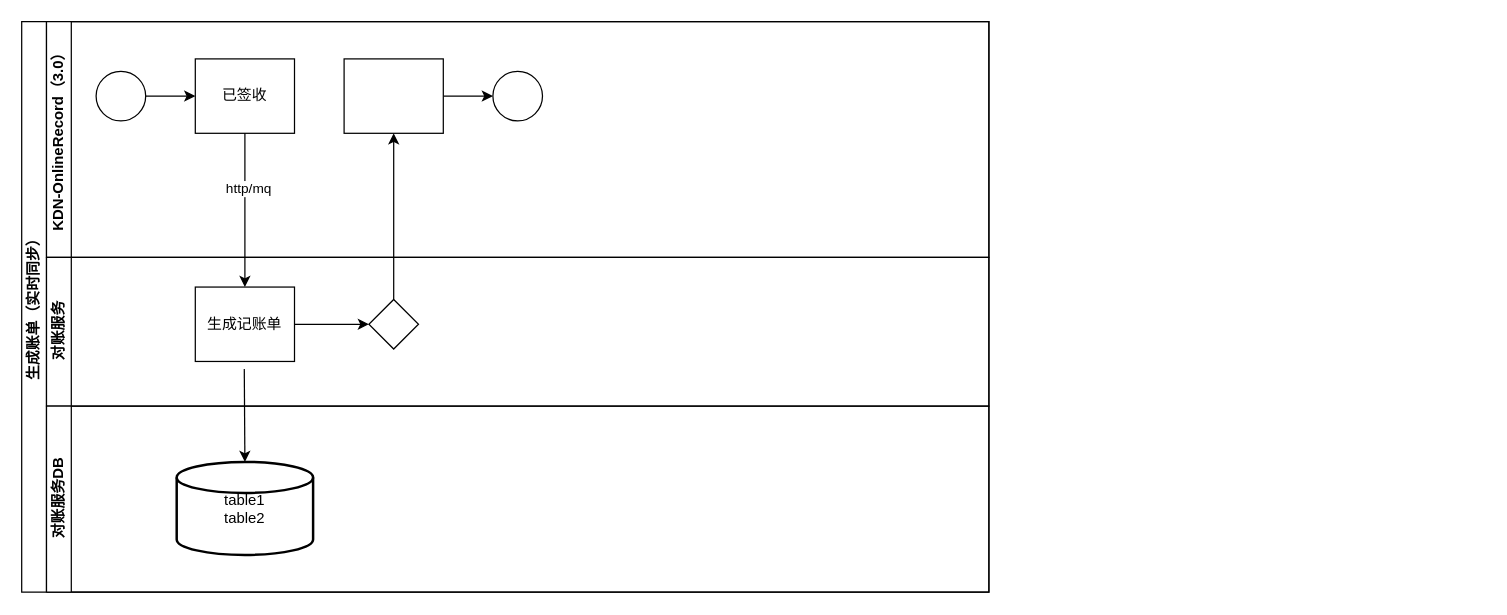
Earlier version of the draw.io diagram page "账单同步" (1 of 2) of 渠道对账.drawio (unclequentin/diagrams). Source tidied: cells renumbered, new cells numbered last; positions are measured from the earlier drawing's top-left corner, leaving out a move shared by most shapes. Both pictures are drawn from the tidied source at 124%, with x=0, y=0 at pixel (21, 21).
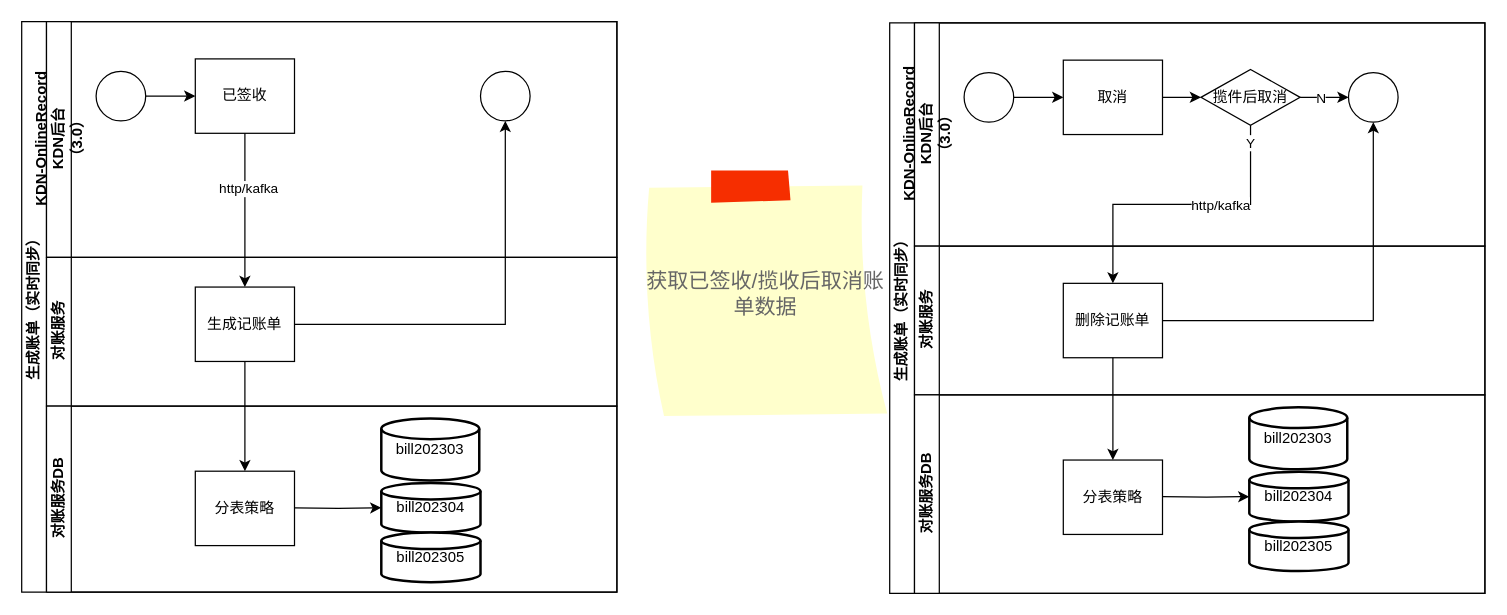
The same page after the edit.

Commit message (it also covers changes not shown here):
更新渠道对账.drawio

Unchanged cells that the change refers to:
```xml
<mxCell id="13" value="生成记账单" style="rounded=0;whiteSpace=wrap;html=1;fontFamily=Helvetica;fontSize=12;fontColor=#000000;align=center;" parent="11" vertex="1">
  <mxGeometry x="120" y="24" width="80" height="60" as="geometry" />
</mxCell>
<mxCell id="18" style="edgeStyle=orthogonalEdgeStyle;rounded=0;jettySize=auto;html=1;endArrow=classic;endFill=1;entryX=0.5;entryY=0;entryDx=0;entryDy=0;exitX=0.5;exitY=1;exitDx=0;exitDy=0;" parent="2" edge="1" source="7" target="13">
  <mxGeometry relative="1" as="geometry" />
</mxCell>
```

The edit, as a diff of the source:
```diff
@@
     <mxCell id="2" value="生成账单（实时同步）" style="swimlane;html=1;horizontal=0;startSize=20;" parent="1" vertex="1">
-      <mxGeometry width="780" height="460" as="geometry" />
+      <mxGeometry width="480" height="460" as="geometry" />
     </mxCell>
-    <mxCell id="3" style="edgeStyle=orthogonalEdgeStyle;rounded=0;jettySize=auto;html=1;endArrow=classic;endFill=1;" parent="2" edge="1" source="14" target="9">
-      <mxGeometry relative="1" as="geometry" />
-    </mxCell>
-    <mxCell id="4" value="KDN-OnlineRecord（3.0）" style="swimlane;html=1;startSize=20;horizontal=0;" parent="2" vertex="1">
-      <mxGeometry x="20" width="760" height="190" as="geometry" />
+    <mxCell id="4" value="KDN-OnlineRecord&lt;br&gt;KDN后台&lt;br&gt;（3.0）" style="swimlane;html=1;startSize=20;horizontal=0;" parent="2" vertex="1">
+      <mxGeometry x="20" width="460" height="190" as="geometry" />
     </mxCell>
@@
-    <mxCell id="8" style="edgeStyle=orthogonalEdgeStyle;rounded=0;jettySize=auto;html=1;endArrow=classic;endFill=1;" parent="4" edge="1" source="9" target="10">
-      <mxGeometry relative="1" as="geometry" />
-    </mxCell>
-    <mxCell id="9" style="rounded=0;whiteSpace=wrap;html=1;fontFamily=Helvetica;fontSize=12;fontColor=#000000;align=center;" parent="4" vertex="1">
-      <mxGeometry x="240" y="30" width="80" height="60" as="geometry" />
-    </mxCell>
     <mxCell id="10" style="ellipse;whiteSpace=wrap;html=1;" parent="4" vertex="1">
-      <mxGeometry x="360" y="40" width="40" height="40" as="geometry" />
+      <mxGeometry x="350" y="40" width="40" height="40" as="geometry" />
     </mxCell>
     <mxCell id="11" value="对账服务" style="swimlane;html=1;startSize=20;horizontal=0;" parent="2" vertex="1">
-      <mxGeometry x="20" y="190" width="760" height="120" as="geometry" />
+      <mxGeometry x="20" y="190" width="460" height="120" as="geometry" />
     </mxCell>
-    <mxCell id="12" style="edgeStyle=orthogonalEdgeStyle;rounded=0;jettySize=auto;html=1;endArrow=classic;endFill=1;" parent="11" edge="1" source="13" target="14">
-      <mxGeometry relative="1" as="geometry" />
-    </mxCell>
@@
-    <mxCell id="14" style="rhombus;whiteSpace=wrap;html=1;fontFamily=Helvetica;fontSize=12;fontColor=#000000;align=center;" parent="11" vertex="1">
-      <mxGeometry x="260" y="34" width="40" height="40" as="geometry" />
-    </mxCell>
     <mxCell id="15" value="对账服务DB" style="swimlane;html=1;startSize=20;horizontal=0;" parent="2" vertex="1">
-      <mxGeometry x="20" y="310" width="760" height="150" as="geometry" />
+      <mxGeometry x="20" y="310" width="460" height="150" as="geometry" />
     </mxCell>
-    <mxCell id="16" value="table1&lt;br&gt;table2" style="strokeWidth=2;html=1;shape=mxgraph.flowchart.database;whiteSpace=wrap;" parent="15" vertex="1">
-      <mxGeometry x="105" y="45" width="110" height="75" as="geometry" />
+    <mxCell id="16" value="bill202303" style="strokeWidth=2;html=1;shape=mxgraph.flowchart.database;whiteSpace=wrap;" parent="15" vertex="1">
+      <mxGeometry x="270" y="10" width="79" height="50" as="geometry" />
     </mxCell>
-    <mxCell id="17" style="edgeStyle=orthogonalEdgeStyle;rounded=0;jettySize=auto;html=1;endArrow=classic;endFill=1;exitX=0.5;exitY=1;exitDx=0;exitDy=0;entryX=0.5;entryY=0;entryDx=0;entryDy=0;entryPerimeter=0;" parent="15" edge="1" target="16">
-      <mxGeometry relative="1" as="geometry">
-        <mxPoint x="159.5" y="-30" as="sourcePoint" />
-      </mxGeometry>
-    </mxCell>
+    <mxCell id="20" value="bill202304" style="strokeWidth=2;html=1;shape=mxgraph.flowchart.database;whiteSpace=wrap;" parent="15" vertex="1">
+      <mxGeometry x="270" y="62" width="80" height="40" as="geometry" />
+    </mxCell>
+    <mxCell id="21" value="bill202305" style="strokeWidth=2;html=1;shape=mxgraph.flowchart.database;whiteSpace=wrap;" parent="15" vertex="1">
+      <mxGeometry x="270" y="102" width="80" height="40" as="geometry" />
+    </mxCell>
+    <mxCell id="22" value="分表策略" style="rounded=0;whiteSpace=wrap;html=1;fontFamily=Helvetica;fontSize=12;fontColor=#000000;align=center;" parent="15" vertex="1">
+      <mxGeometry x="120" y="52.5" width="80" height="60" as="geometry" />
+    </mxCell>
+    <mxCell id="23" style="edgeStyle=orthogonalEdgeStyle;rounded=0;jettySize=auto;html=1;endArrow=classic;endFill=1;entryX=0;entryY=0.5;entryDx=0;entryDy=0;entryPerimeter=0;" parent="15" edge="1" target="20">
+      <mxGeometry relative="1" as="geometry">
+        <mxPoint x="200" y="82" as="sourcePoint" />
+      </mxGeometry>
+    </mxCell>
@@
-    <mxCell id="19" value="http/mq" style="edgeLabel;html=1;align=center;verticalAlign=middle;" parent="18" vertex="1">
+    <mxCell id="19" value="http/kafka" style="edgeLabel;html=1;align=center;verticalAlign=middle;" parent="18" vertex="1">
       <mxGeometry x="-0.29" y="2" relative="1" as="geometry" />
     </mxCell>
+    <mxCell id="24" style="edgeStyle=orthogonalEdgeStyle;rounded=0;jettySize=auto;html=1;endArrow=classic;endFill=1;exitX=0.5;exitY=1;exitDx=0;exitDy=0;entryX=0.5;entryY=0;entryDx=0;entryDy=0;" parent="2" edge="1" source="13" target="22">
+      <mxGeometry relative="1" as="geometry" />
+    </mxCell>
+    <mxCell id="12" style="edgeStyle=orthogonalEdgeStyle;rounded=0;jettySize=auto;html=1;endArrow=classic;endFill=1;entryX=0.5;entryY=1;entryDx=0;entryDy=0;" parent="2" edge="1" source="13" target="10">
+      <mxGeometry relative="1" as="geometry" />
+    </mxCell>
+    <mxCell id="25" value="生成账单（实时同步）" style="swimlane;html=1;horizontal=0;startSize=20;" parent="1" vertex="1">
+      <mxGeometry x="700" y="1" width="480" height="460" as="geometry" />
+    </mxCell>
+    <mxCell id="26" value="KDN-OnlineRecord&lt;br&gt;KDN后台&lt;br&gt;（3.0）" style="swimlane;html=1;startSize=20;horizontal=0;" parent="25" vertex="1">
+      <mxGeometry x="20" width="460" height="180" as="geometry" />
+    </mxCell>
+    <mxCell id="27" style="edgeStyle=orthogonalEdgeStyle;rounded=0;jettySize=auto;html=1;" parent="26" edge="1" source="28" target="30">
+      <mxGeometry relative="1" as="geometry" />
+    </mxCell>
+    <mxCell id="28" style="ellipse;whiteSpace=wrap;html=1;" parent="26" vertex="1">
+      <mxGeometry x="40" y="40" width="40" height="40" as="geometry" />
+    </mxCell>
+    <mxCell id="29" style="edgeStyle=orthogonalEdgeStyle;rounded=0;jettySize=auto;html=1;" parent="26" edge="1" source="30" target="34">
+      <mxGeometry relative="1" as="geometry" />
+    </mxCell>
+    <mxCell id="30" value="取消" style="rounded=0;whiteSpace=wrap;html=1;fontFamily=Helvetica;fontSize=12;fontColor=#000000;align=center;" parent="26" vertex="1">
+      <mxGeometry x="120" y="30" width="80" height="60" as="geometry" />
+    </mxCell>
+    <mxCell id="31" style="ellipse;whiteSpace=wrap;html=1;" parent="26" vertex="1">
+      <mxGeometry x="350" y="40" width="40" height="40" as="geometry" />
+    </mxCell>
+    <mxCell id="32" style="edgeStyle=orthogonalEdgeStyle;rounded=0;jettySize=auto;html=1;exitX=1;exitY=0.5;exitDx=0;exitDy=0;entryX=0;entryY=0.5;entryDx=0;entryDy=0;" parent="26" edge="1" source="34" target="31">
+      <mxGeometry relative="1" as="geometry" />
+    </mxCell>
+    <mxCell id="33" value="N" style="edgeLabel;html=1;align=center;verticalAlign=middle;" parent="32" vertex="1">
+      <mxGeometry x="-0.2" relative="1" as="geometry" />
+    </mxCell>
+    <mxCell id="34" value="揽件后取消" style="rhombus;whiteSpace=wrap;html=1;fontColor=#000000;rounded=0;" parent="26" vertex="1">
+      <mxGeometry x="231" y="37.5" width="80" height="45" as="geometry" />
+    </mxCell>
+    <mxCell id="35" value="对账服务" style="swimlane;html=1;startSize=20;horizontal=0;" parent="25" vertex="1">
+      <mxGeometry x="20" y="180" width="460" height="120" as="geometry" />
+    </mxCell>
+    <mxCell id="36" value="删除记账单" style="rounded=0;whiteSpace=wrap;html=1;fontFamily=Helvetica;fontSize=12;fontColor=#000000;align=center;" parent="35" vertex="1">
+      <mxGeometry x="120" y="30" width="80" height="60" as="geometry" />
+    </mxCell>
+    <mxCell id="37" value="对账服务DB" style="swimlane;html=1;startSize=20;horizontal=0;" parent="25" vertex="1">
+      <mxGeometry x="20" y="300" width="460" height="160" as="geometry" />
+    </mxCell>
+    <mxCell id="38" value="bill202303" style="strokeWidth=2;html=1;shape=mxgraph.flowchart.database;whiteSpace=wrap;" parent="37" vertex="1">
+      <mxGeometry x="270" y="10" width="79" height="50" as="geometry" />
+    </mxCell>
+    <mxCell id="39" value="bill202304" style="strokeWidth=2;html=1;shape=mxgraph.flowchart.database;whiteSpace=wrap;" parent="37" vertex="1">
+      <mxGeometry x="270" y="62" width="80" height="40" as="geometry" />
+    </mxCell>
+    <mxCell id="40" value="bill202305" style="strokeWidth=2;html=1;shape=mxgraph.flowchart.database;whiteSpace=wrap;" parent="37" vertex="1">
+      <mxGeometry x="270" y="102" width="80" height="40" as="geometry" />
+    </mxCell>
+    <mxCell id="41" value="分表策略" style="rounded=0;whiteSpace=wrap;html=1;fontFamily=Helvetica;fontSize=12;fontColor=#000000;align=center;" parent="37" vertex="1">
+      <mxGeometry x="120" y="52.5" width="80" height="60" as="geometry" />
+    </mxCell>
+    <mxCell id="42" style="edgeStyle=orthogonalEdgeStyle;rounded=0;jettySize=auto;html=1;endArrow=classic;endFill=1;entryX=0;entryY=0.5;entryDx=0;entryDy=0;entryPerimeter=0;" parent="37" edge="1" target="39">
+      <mxGeometry relative="1" as="geometry">
+        <mxPoint x="200" y="82" as="sourcePoint" />
+      </mxGeometry>
+    </mxCell>
+    <mxCell id="43" style="edgeStyle=orthogonalEdgeStyle;rounded=0;jettySize=auto;html=1;endArrow=classic;endFill=1;exitX=0.5;exitY=1;exitDx=0;exitDy=0;entryX=0.5;entryY=0;entryDx=0;entryDy=0;" parent="25" edge="1" source="36" target="41">
+      <mxGeometry relative="1" as="geometry" />
+    </mxCell>
+    <mxCell id="44" style="edgeStyle=orthogonalEdgeStyle;rounded=0;jettySize=auto;html=1;endArrow=classic;endFill=1;entryX=0.5;entryY=1;entryDx=0;entryDy=0;" parent="25" edge="1" source="36" target="31">
+      <mxGeometry relative="1" as="geometry" />
+    </mxCell>
+    <mxCell id="45" style="edgeStyle=orthogonalEdgeStyle;rounded=0;jettySize=auto;html=1;exitX=0.5;exitY=1;exitDx=0;exitDy=0;entryX=0.5;entryY=0;entryDx=0;entryDy=0;" parent="25" edge="1" source="34" target="36">
+      <mxGeometry relative="1" as="geometry" />
+    </mxCell>
+    <mxCell id="46" value="http/kafka" style="edgeLabel;html=1;align=center;verticalAlign=middle;" parent="45" vertex="1">
+      <mxGeometry x="-0.26" relative="1" as="geometry" />
+    </mxCell>
+    <mxCell id="47" value="Y" style="edgeLabel;html=1;align=center;verticalAlign=middle;" parent="45" vertex="1">
+      <mxGeometry x="-0.88" y="-1" relative="1" as="geometry" />
+    </mxCell>
+    <mxCell id="48" value="获取已签收/揽收后取消账单数据" style="strokeWidth=1;shadow=0;dashed=0;align=center;html=1;shape=mxgraph.mockup.text.stickyNote2;fontColor=#666666;mainText=;fontSize=17;whiteSpace=wrap;fillColor=#ffffcc;strokeColor=#F62E00;" parent="1" vertex="1">
+      <mxGeometry x="500" y="120" width="200" height="200" as="geometry" />
+    </mxCell>
```
